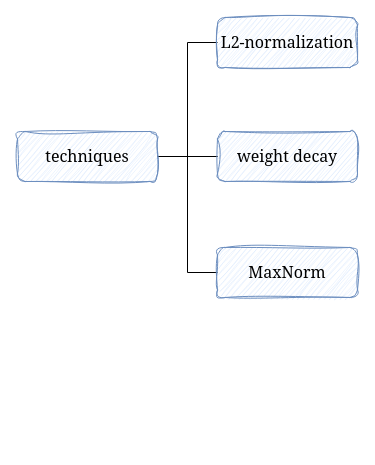
This is src/Deep-Learning/06-weight Balancing.drawio from SihangXie/diagrams-app, a draw.io file, before an edit. Source tidied: cells renumbered, new cells numbered last; positions are measured from the earlier drawing's top-left corner, leaving out a move shared by most shapes. Both pictures are drawn from the tidied source at 100%, with x=0, y=0 at pixel (17, 17).
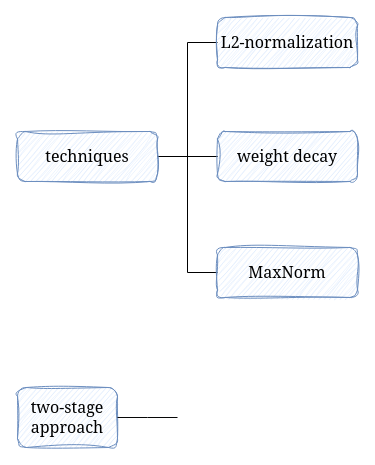
Above is the later version.

Diff of the diagram source:
```diff
@@
 <mxGraphModel>
   <root>
     <mxCell id="0" />
     <mxCell id="1" parent="0" />
     <mxCell id="2" style="edgeStyle=orthogonalEdgeStyle;rounded=0;jettySize=auto;html=1;strokeColor=#000000;fontFamily=Georgia;fontSize=16;endArrow=none;endFill=0;" parent="1" edge="1" source="6" target="8">
       <mxGeometry relative="1" as="geometry" />
     </mxCell>
     <mxCell id="3" style="edgeStyle=orthogonalEdgeStyle;rounded=0;jettySize=auto;html=1;strokeColor=#000000;fontFamily=Georgia;fontSize=16;endArrow=none;endFill=0;" parent="1" edge="1" source="6" target="8">
       <mxGeometry relative="1" as="geometry" />
     </mxCell>
     <mxCell id="4" style="edgeStyle=orthogonalEdgeStyle;rounded=0;jettySize=auto;html=1;strokeColor=#000000;fontFamily=Georgia;fontSize=16;endArrow=none;endFill=0;exitX=1;exitY=0.5;exitDx=0;exitDy=0;entryX=0;entryY=0.5;entryDx=0;entryDy=0;" parent="1" edge="1" source="6" target="9">
       <mxGeometry relative="1" as="geometry">
         <Array as="points">
           <mxPoint x="170" y="139" />
           <mxPoint x="170" y="255" />
         </Array>
       </mxGeometry>
     </mxCell>
     <mxCell id="5" style="edgeStyle=orthogonalEdgeStyle;rounded=0;jettySize=auto;html=1;exitX=1;exitY=0.5;exitDx=0;exitDy=0;entryX=0;entryY=0.5;entryDx=0;entryDy=0;strokeColor=#000000;fontFamily=Georgia;fontSize=16;endArrow=none;endFill=0;" parent="1" edge="1" source="6" target="7">
       <mxGeometry relative="1" as="geometry" />
     </mxCell>
     <mxCell id="6" value="techniques" style="whiteSpace=wrap;html=1;align=center;verticalAlign=middle;sketch=1;fontFamily=Georgia;fontSize=16;curveFitting=1;jiggle=2;fillColor=#dae8fc;strokeColor=#6c8ebf;rounded=1;" parent="1" vertex="1">
       <mxGeometry y="114" width="140" height="50" as="geometry" />
     </mxCell>
     <mxCell id="7" value="L2-normalization" style="whiteSpace=wrap;html=1;align=center;verticalAlign=middle;sketch=1;fontFamily=Georgia;fontSize=16;curveFitting=1;jiggle=2;fillColor=#dae8fc;strokeColor=#6c8ebf;rounded=1;" parent="1" vertex="1">
       <mxGeometry x="200" width="140" height="50" as="geometry" />
     </mxCell>
     <mxCell id="8" value="weight decay" style="whiteSpace=wrap;html=1;align=center;verticalAlign=middle;sketch=1;fontFamily=Georgia;fontSize=16;curveFitting=1;jiggle=2;fillColor=#dae8fc;strokeColor=#6c8ebf;rounded=1;" parent="1" vertex="1">
       <mxGeometry x="200" y="114" width="140" height="50" as="geometry" />
     </mxCell>
     <mxCell id="9" value="MaxNorm" style="whiteSpace=wrap;html=1;align=center;verticalAlign=middle;sketch=1;fontFamily=Georgia;fontSize=16;curveFitting=1;jiggle=2;fillColor=#dae8fc;strokeColor=#6c8ebf;rounded=1;" parent="1" vertex="1">
       <mxGeometry x="200" y="230" width="140" height="50" as="geometry" />
     </mxCell>
+    <mxCell id="10" value="two-stage&lt;br&gt;approach" style="whiteSpace=wrap;html=1;align=center;verticalAlign=middle;newEdgeStyle={&quot;edgeStyle&quot;:&quot;elbowEdgeStyle&quot;,&quot;startArrow&quot;:&quot;none&quot;,&quot;endArrow&quot;:&quot;none&quot;};rounded=1;sketch=1;fontFamily=Georgia;fontSize=16;fillColor=#dae8fc;strokeColor=#6c8ebf;curveFitting=1;jiggle=2;" parent="1" vertex="1">
+      <mxGeometry y="370" width="100" height="60" as="geometry" />
+    </mxCell>
+    <mxCell id="11" style="edgeStyle=elbowEdgeStyle;elbow=vertical;sourcePerimeterSpacing=0;targetPerimeterSpacing=0;startArrow=none;endArrow=none;rounded=0;curved=0;strokeColor=#060707;fontFamily=Georgia;fontSize=16;fillColor=#dae8fc;entryX=1;entryY=0.5;entryDx=0;entryDy=0;" parent="1" edge="1" target="10">
+      <mxGeometry relative="1" as="geometry">
+        <mxPoint x="160" y="400" as="sourcePoint" />
+      </mxGeometry>
+    </mxCell>
   </root>
 </mxGraphModel>
```
